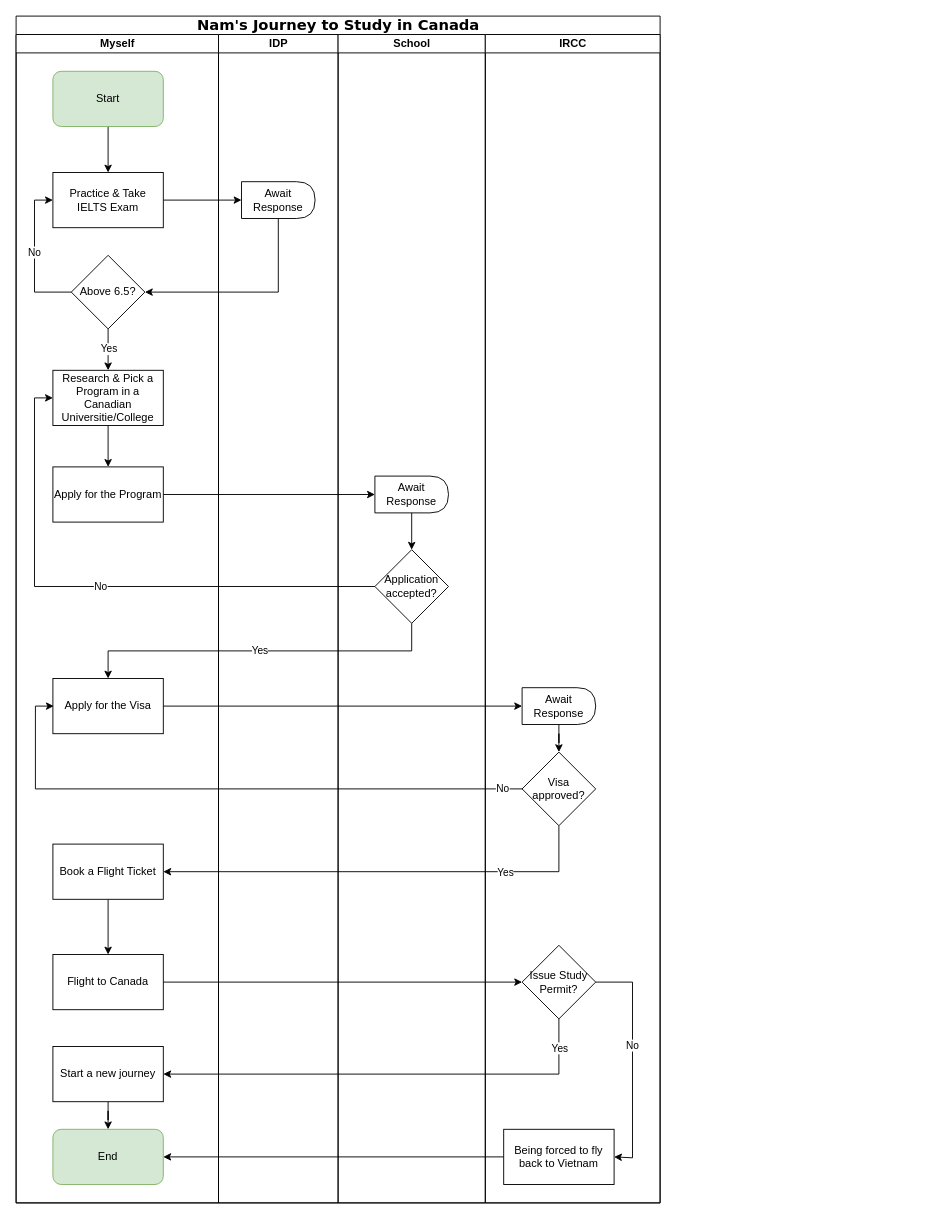
Earlier version of the draw.io diagram TCOM-600/Process Flowchart Assignment/Nam_Nguyen_Process Flowchart Assignment.drawio (namnh06/SaskPolytech-CCBC-Fall-2023). Source tidied: cells renumbered, new cells numbered last; positions are measured from the earlier drawing's top-left corner, leaving out a move shared by most shapes. Both pictures are drawn from the tidied source at 92%, with x=0, y=0 at pixel (16, 16).
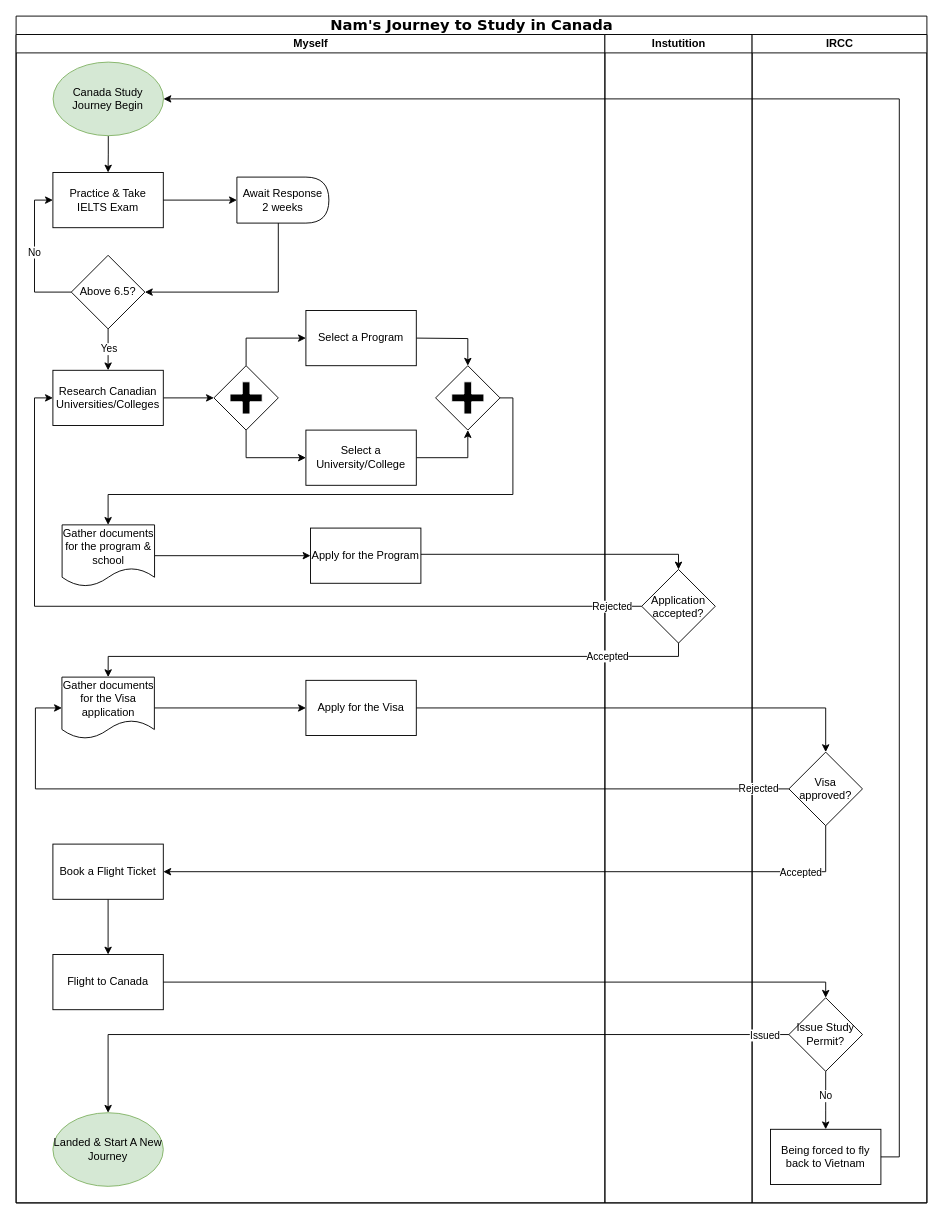
After the change.

Unchanged cells that the change refers to:
```xml
<mxCell id="6" value="Practice &amp;amp; Take IELTS Exam" style="rounded=0;whiteSpace=wrap;html=1;" parent="3" vertex="1">
  <mxGeometry x="40" y="150" width="120" height="60" as="geometry" />
</mxCell>
<mxCell id="10" value="Above 6.5?" style="rhombus;whiteSpace=wrap;html=1;" parent="3" vertex="1">
  <mxGeometry x="60" y="240" width="80" height="80" as="geometry" />
</mxCell>
<mxCell id="16" value="Book a Flight Ticket" style="whiteSpace=wrap;html=1;" parent="3" vertex="1">
  <mxGeometry x="40" y="880" width="120" height="60" as="geometry" />
</mxCell>
<mxCell id="17" value="Flight to Canada" style="whiteSpace=wrap;html=1;" parent="3" vertex="1">
  <mxGeometry x="40" y="1000" width="120" height="60" as="geometry" />
</mxCell>
<mxCell id="31" value="Visa approved?" style="rhombus;whiteSpace=wrap;html=1;" parent="27" vertex="1">
  <mxGeometry x="40" y="780" width="80" height="80" as="geometry" />
</mxCell>
<mxCell id="32" value="Being forced to fly back to Vietnam" style="whiteSpace=wrap;html=1;" parent="27" vertex="1">
  <mxGeometry x="20" y="1190" width="120" height="60" as="geometry" />
</mxCell>
```

What changed in the source:
```diff
@@
     <mxCell id="2" value="&lt;font style=&quot;font-size: 16px;&quot;&gt;Nam's Journey to Study in Canada&lt;/font&gt;" style="swimlane;html=1;startSize=20;rounded=0;shadow=0;labelBackgroundColor=none;strokeWidth=1;fontFamily=Verdana;fontSize=8;align=center;" parent="1" vertex="1">
-      <mxGeometry width="700" height="1290" as="geometry" />
+      <mxGeometry width="990" height="1290" as="geometry" />
     </mxCell>
     <mxCell id="3" value="Myself" style="swimlane;html=1;startSize=20;" parent="2" vertex="1">
-      <mxGeometry y="20" width="220" height="1270" as="geometry" />
+      <mxGeometry y="20" width="640" height="1270" as="geometry" />
     </mxCell>
-    <mxCell id="4" style="edgeStyle=orthogonalEdgeStyle;rounded=0;jettySize=auto;html=1;" parent="3" edge="1" source="5" target="6">
+    <mxCell id="4" style="edgeStyle=orthogonalEdgeStyle;rounded=0;jettySize=auto;html=1;exitX=0.5;exitY=1;exitDx=0;exitDy=0;" parent="3" edge="1" source="62" target="6">
       <mxGeometry relative="1" as="geometry" />
     </mxCell>
-    <mxCell id="5" value="Start" style="rounded=1;whiteSpace=wrap;html=1;fillColor=#d5e8d4;strokeColor=#82b366;" parent="3" vertex="1">
-      <mxGeometry x="40" y="40" width="120" height="60" as="geometry" />
-    </mxCell>
@@
-    <mxCell id="11" style="edgeStyle=orthogonalEdgeStyle;rounded=0;jettySize=auto;html=1;" parent="3" edge="1" source="12" target="13">
-      <mxGeometry relative="1" as="geometry" />
-    </mxCell>
+    <mxCell id="47" style="edgeStyle=orthogonalEdgeStyle;rounded=0;jettySize=auto;html=1;entryX=0;entryY=0.5;entryDx=0;entryDy=0;" parent="3" edge="1" source="12" target="50">
+      <mxGeometry relative="1" as="geometry" />
+    </mxCell>
-    <mxCell id="12" value="Research &amp;amp; Pick a Program in a Canadian Universitie/College" style="whiteSpace=wrap;html=1;" parent="3" vertex="1">
+    <mxCell id="12" value="Research Canadian Universities/Colleges" style="whiteSpace=wrap;html=1;" parent="3" vertex="1">
       <mxGeometry x="40" y="365" width="120" height="60" as="geometry" />
     </mxCell>
     <mxCell id="13" value="Apply for the Program" style="whiteSpace=wrap;html=1;" parent="3" vertex="1">
-      <mxGeometry x="40" y="470" width="120" height="60" as="geometry" />
+      <mxGeometry x="320" y="536.5" width="120" height="60" as="geometry" />
     </mxCell>
     <mxCell id="14" value="Apply for the Visa" style="whiteSpace=wrap;html=1;" parent="3" vertex="1">
-      <mxGeometry x="40" y="700" width="120" height="60" as="geometry" />
+      <mxGeometry x="315" y="702" width="120" height="60" as="geometry" />
     </mxCell>
@@
-    <mxCell id="18" value="End" style="rounded=1;whiteSpace=wrap;html=1;fillColor=#d5e8d4;strokeColor=#82b366;" parent="3" vertex="1">
-      <mxGeometry x="40" y="1190" width="120" height="60" as="geometry" />
-    </mxCell>
-    <mxCell id="19" style="edgeStyle=orthogonalEdgeStyle;rounded=0;jettySize=auto;html=1;entryX=0.5;entryY=0;entryDx=0;entryDy=0;" parent="3" edge="1" source="20" target="18">
-      <mxGeometry relative="1" as="geometry" />
-    </mxCell>
-    <mxCell id="20" value="Start a new journey" style="whiteSpace=wrap;html=1;" parent="3" vertex="1">
-      <mxGeometry x="40" y="1100" width="120" height="60" as="geometry" />
-    </mxCell>
-    <mxCell id="21" value="IDP" style="swimlane;html=1;startSize=20;" parent="2" vertex="1">
-      <mxGeometry x="220" y="20" width="130" height="1270" as="geometry" />
-    </mxCell>
-    <mxCell id="22" value="Await Response" style="shape=delay;whiteSpace=wrap;html=1;" parent="21" vertex="1">
-      <mxGeometry x="25" y="160" width="80" height="40" as="geometry" />
+    <mxCell id="22" value="Await Response&lt;br&gt;2 weeks" style="shape=delay;whiteSpace=wrap;html=1;" parent="3" vertex="1">
+      <mxGeometry x="240" y="155" width="100" height="50" as="geometry" />
     </mxCell>
+    <mxCell id="34" style="edgeStyle=orthogonalEdgeStyle;rounded=0;jettySize=auto;html=1;entryX=0;entryY=0.5;entryDx=0;entryDy=0;" parent="3" edge="1" source="6" target="22">
+      <mxGeometry relative="1" as="geometry" />
+    </mxCell>
+    <mxCell id="35" style="edgeStyle=orthogonalEdgeStyle;rounded=0;jettySize=auto;html=1;entryX=1;entryY=0.5;entryDx=0;entryDy=0;" parent="3" edge="1" source="22" target="10">
+      <mxGeometry relative="1" as="geometry">
+        <Array as="points">
+          <mxPoint x="285" y="280" />
+        </Array>
+      </mxGeometry>
+    </mxCell>
+    <mxCell id="48" style="edgeStyle=orthogonalEdgeStyle;rounded=0;jettySize=auto;html=1;entryX=0;entryY=0.5;entryDx=0;entryDy=0;" parent="3" edge="1" source="50">
+      <mxGeometry relative="1" as="geometry">
+        <mxPoint x="315" y="330" as="targetPoint" />
+        <Array as="points">
+          <mxPoint x="250" y="330" />
+        </Array>
+      </mxGeometry>
+    </mxCell>
+    <mxCell id="49" style="edgeStyle=orthogonalEdgeStyle;rounded=0;jettySize=auto;html=1;entryX=0;entryY=0.5;entryDx=0;entryDy=0;" parent="3" edge="1" source="50" target="54">
+      <mxGeometry relative="1" as="geometry">
+        <Array as="points">
+          <mxPoint x="250" y="460" />
+        </Array>
+      </mxGeometry>
+    </mxCell>
+    <mxCell id="50" style="shape=mxgraph.bpmn.shape;html=1;verticalLabelPosition=bottom;labelBackgroundColor=#ffffff;verticalAlign=top;perimeter=rhombusPerimeter;background=gateway;outline=none;symbol=parallelGw;rounded=1;shadow=0;strokeWidth=1;fontFamily=Verdana;fontSize=8;align=center;" parent="3" vertex="1">
+      <mxGeometry x="215" y="360" width="70" height="70" as="geometry" />
+    </mxCell>
+    <mxCell id="51" style="edgeStyle=orthogonalEdgeStyle;rounded=0;jettySize=auto;html=1;entryX=0.5;entryY=0;entryDx=0;entryDy=0;" parent="3" edge="1" target="56">
+      <mxGeometry relative="1" as="geometry">
+        <mxPoint x="435" y="330" as="sourcePoint" />
+      </mxGeometry>
+    </mxCell>
+    <mxCell id="52" value="Select a Program" style="rounded=0;whiteSpace=wrap;html=1;" parent="3" vertex="1">
+      <mxGeometry x="315" y="300" width="120" height="60" as="geometry" />
+    </mxCell>
+    <mxCell id="53" style="edgeStyle=orthogonalEdgeStyle;rounded=0;jettySize=auto;html=1;entryX=0.5;entryY=1;entryDx=0;entryDy=0;" parent="3" edge="1" source="54" target="56">
+      <mxGeometry relative="1" as="geometry" />
+    </mxCell>
+    <mxCell id="54" value="Select a University/College" style="rounded=0;whiteSpace=wrap;html=1;" parent="3" vertex="1">
+      <mxGeometry x="315" y="430" width="120" height="60" as="geometry" />
+    </mxCell>
+    <mxCell id="55" style="edgeStyle=orthogonalEdgeStyle;rounded=0;jettySize=auto;html=1;" parent="3" edge="1" source="56">
+      <mxGeometry relative="1" as="geometry">
+        <mxPoint x="100" y="533" as="targetPoint" />
+        <Array as="points">
+          <mxPoint x="540" y="395" />
+          <mxPoint x="540" y="500" />
+          <mxPoint x="100" y="500" />
+        </Array>
+      </mxGeometry>
+    </mxCell>
+    <mxCell id="56" style="shape=mxgraph.bpmn.shape;html=1;verticalLabelPosition=bottom;labelBackgroundColor=#ffffff;verticalAlign=top;perimeter=rhombusPerimeter;background=gateway;outline=none;symbol=parallelGw;rounded=1;shadow=0;strokeWidth=1;fontFamily=Verdana;fontSize=8;align=center;" parent="3" vertex="1">
+      <mxGeometry x="456" y="360" width="70" height="70" as="geometry" />
+    </mxCell>
+    <mxCell id="57" style="edgeStyle=orthogonalEdgeStyle;rounded=0;jettySize=auto;html=1;" parent="3" edge="1" source="58" target="13">
+      <mxGeometry relative="1" as="geometry" />
+    </mxCell>
+    <mxCell id="58" value="Gather documents for the program &amp;amp; school" style="shape=document;whiteSpace=wrap;html=1;boundedLbl=1;" parent="3" vertex="1">
+      <mxGeometry x="50" y="533" width="100.5" height="67" as="geometry" />
+    </mxCell>
+    <mxCell id="59" style="edgeStyle=orthogonalEdgeStyle;rounded=0;jettySize=auto;html=1;" parent="3" edge="1" source="60" target="14">
+      <mxGeometry relative="1" as="geometry" />
+    </mxCell>
+    <mxCell id="60" value="Gather documents for the Visa application" style="shape=document;whiteSpace=wrap;html=1;boundedLbl=1;" parent="3" vertex="1">
+      <mxGeometry x="49.8" y="698.5" width="100.5" height="67" as="geometry" />
+    </mxCell>
+    <mxCell id="61" value="Landed &amp;amp; Start A New Journey" style="ellipse;whiteSpace=wrap;html=1;fillColor=#d5e8d4;strokeColor=#82b366;" parent="3" vertex="1">
+      <mxGeometry x="40" y="1172" width="120" height="80" as="geometry" />
+    </mxCell>
+    <mxCell id="62" value="Canada Study Journey Begin" style="ellipse;whiteSpace=wrap;html=1;fillColor=#d5e8d4;strokeColor=#82b366;" parent="3" vertex="1">
+      <mxGeometry x="40.2" y="30" width="120" height="80" as="geometry" />
+    </mxCell>
-    <mxCell id="23" value="School" style="swimlane;html=1;startSize=20;" parent="2" vertex="1">
-      <mxGeometry x="350" y="20" width="160" height="1270" as="geometry" />
+    <mxCell id="23" value="Instutition" style="swimlane;html=1;startSize=20;" parent="2" vertex="1">
+      <mxGeometry x="640" y="20" width="160" height="1270" as="geometry" />
     </mxCell>
-    <mxCell id="24" value="Await Response" style="shape=delay;whiteSpace=wrap;html=1;" parent="23" vertex="1">
-      <mxGeometry x="40" y="480" width="80" height="40" as="geometry" />
-    </mxCell>
     <mxCell id="25" value="Application accepted?" style="rhombus;whiteSpace=wrap;html=1;" parent="23" vertex="1">
-      <mxGeometry x="40" y="560" width="80" height="80" as="geometry" />
+      <mxGeometry x="40" y="581.5" width="80" height="80" as="geometry" />
     </mxCell>
-    <mxCell id="26" style="edgeStyle=orthogonalEdgeStyle;rounded=0;jettySize=auto;html=1;entryX=0.5;entryY=0;entryDx=0;entryDy=0;" parent="23" edge="1" source="24" target="25">
-      <mxGeometry relative="1" as="geometry" />
-    </mxCell>
     <mxCell id="27" value="IRCC" style="swimlane;html=1;startSize=20;" parent="2" vertex="1">
-      <mxGeometry x="510" y="20" width="190" height="1270" as="geometry" />
+      <mxGeometry x="800" y="20" width="190" height="1270" as="geometry" />
     </mxCell>
-    <mxCell id="28" style="edgeStyle=orthogonalEdgeStyle;rounded=0;jettySize=auto;html=1;entryX=0.5;entryY=0;entryDx=0;entryDy=0;" parent="27" edge="1" source="29" target="31">
-      <mxGeometry relative="1" as="geometry" />
-    </mxCell>
-    <mxCell id="29" value="Await Response" style="shape=delay;whiteSpace=wrap;html=1;" parent="27" vertex="1">
-      <mxGeometry x="40" y="710" width="80" height="40" as="geometry" />
-    </mxCell>
     <mxCell id="30" value="Issue Study Permit?" style="rhombus;whiteSpace=wrap;html=1;" parent="27" vertex="1">
-      <mxGeometry x="40" y="990" width="80" height="80" as="geometry" />
+      <mxGeometry x="40" y="1047" width="80" height="80" as="geometry" />
     </mxCell>
@@
-    <mxCell id="33" value="No" style="edgeStyle=orthogonalEdgeStyle;rounded=0;jettySize=auto;html=1;exitX=1;exitY=0.5;exitDx=0;exitDy=0;entryX=1;entryY=0.5;entryDx=0;entryDy=0;" parent="27" edge="1" source="30" target="32">
+    <mxCell id="33" value="No" style="edgeStyle=orthogonalEdgeStyle;rounded=0;jettySize=auto;html=1;exitX=0.5;exitY=1;exitDx=0;exitDy=0;entryX=0.5;entryY=0;entryDx=0;entryDy=0;" parent="27" edge="1" source="30" target="32">
       <mxGeometry x="-0.13" relative="1" as="geometry">
         <Array as="points">
-          <mxPoint x="160" y="1030" />
-          <mxPoint x="160" y="1221" />
+          <mxPoint x="80" y="1170" />
+          <mxPoint x="80" y="1170" />
         </Array>
       </mxGeometry>
     </mxCell>
-    <mxCell id="34" style="edgeStyle=orthogonalEdgeStyle;rounded=0;jettySize=auto;html=1;entryX=0;entryY=0.5;entryDx=0;entryDy=0;" parent="2" edge="1" source="6" target="22">
-      <mxGeometry relative="1" as="geometry" />
-    </mxCell>
-    <mxCell id="35" style="edgeStyle=orthogonalEdgeStyle;rounded=0;jettySize=auto;html=1;entryX=1;entryY=0.5;entryDx=0;entryDy=0;" parent="2" edge="1" source="22" target="10">
-      <mxGeometry relative="1" as="geometry">
-        <Array as="points">
-          <mxPoint x="285" y="300" />
-        </Array>
-      </mxGeometry>
-    </mxCell>
-    <mxCell id="36" style="edgeStyle=orthogonalEdgeStyle;rounded=0;jettySize=auto;html=1;entryX=0;entryY=0.5;entryDx=0;entryDy=0;" parent="2" edge="1" source="13" target="24">
-      <mxGeometry relative="1" as="geometry" />
-    </mxCell>
-    <mxCell id="37" style="edgeStyle=orthogonalEdgeStyle;rounded=0;jettySize=auto;html=1;entryX=0;entryY=0.5;entryDx=0;entryDy=0;" parent="2" edge="1" source="14" target="29">
+    <mxCell id="37" style="edgeStyle=orthogonalEdgeStyle;rounded=0;jettySize=auto;html=1;entryX=0.5;entryY=0;entryDx=0;entryDy=0;" parent="2" edge="1" source="14" target="31">
       <mxGeometry relative="1" as="geometry" />
     </mxCell>
-    <mxCell id="38" style="edgeStyle=orthogonalEdgeStyle;rounded=0;jettySize=auto;html=1;entryX=0;entryY=0.5;entryDx=0;entryDy=0;" parent="2" edge="1" source="17" target="30">
-      <mxGeometry relative="1" as="geometry" />
+    <mxCell id="38" style="edgeStyle=orthogonalEdgeStyle;rounded=0;jettySize=auto;html=1;entryX=0.5;entryY=0;entryDx=0;entryDy=0;" parent="2" edge="1" source="17" target="30">
+      <mxGeometry relative="1" as="geometry">
+        <Array as="points">
+          <mxPoint x="880" y="1050" />
+        </Array>
+      </mxGeometry>
     </mxCell>
-    <mxCell id="39" style="edgeStyle=orthogonalEdgeStyle;rounded=0;jettySize=auto;html=1;entryX=1;entryY=0.5;entryDx=0;entryDy=0;" parent="2" edge="1" source="30" target="20">
+    <mxCell id="39" style="edgeStyle=orthogonalEdgeStyle;rounded=0;jettySize=auto;html=1;exitX=0;exitY=0.5;exitDx=0;exitDy=0;" parent="2" edge="1" source="30" target="61">
       <mxGeometry relative="1" as="geometry">
         <Array as="points">
-          <mxPoint x="590" y="1150" />
+          <mxPoint x="100" y="1107" />
         </Array>
       </mxGeometry>
     </mxCell>
-    <mxCell id="40" value="Yes" style="edgeLabel;html=1;align=center;verticalAlign=middle;" parent="39" vertex="1">
+    <mxCell id="40" value="Issued" style="edgeLabel;html=1;align=center;verticalAlign=middle;" parent="39" vertex="1">
       <mxGeometry x="-0.91" y="-2" relative="1" as="geometry">
-        <mxPoint x="2" y="9" as="offset" />
+        <mxPoint x="10" y="2" as="offset" />
       </mxGeometry>
     </mxCell>
-    <mxCell id="41" value="No" style="edgeStyle=orthogonalEdgeStyle;rounded=0;orthogonalLoop=1;jettySize=auto;html=1;entryX=0;entryY=0.5;entryDx=0;entryDy=0;exitX=0;exitY=0.5;exitDx=0;exitDy=0;" parent="2" edge="1">
+    <mxCell id="41" value="Rejected" style="edgeStyle=orthogonalEdgeStyle;rounded=0;jettySize=auto;html=1;exitX=0;exitY=0.5;exitDx=0;exitDy=0;entryX=0;entryY=0.5;entryDx=0;entryDy=0;" parent="2" edge="1" source="31" target="60">
       <mxGeometry x="-0.93" relative="1" as="geometry">
-        <mxPoint x="551" y="840" as="sourcePoint" />
-        <mxPoint x="41" y="750" as="targetPoint" />
         <Array as="points">
           <mxPoint x="21" y="840" />
-          <mxPoint x="21" y="750" />
+          <mxPoint x="21" y="752" />
         </Array>
       </mxGeometry>
     </mxCell>
     <mxCell id="42" style="edgeStyle=orthogonalEdgeStyle;rounded=0;jettySize=auto;html=1;entryX=1;entryY=0.5;entryDx=0;entryDy=0;" parent="2" edge="1" source="31" target="16">
       <mxGeometry relative="1" as="geometry">
         <Array as="points">
-          <mxPoint x="590" y="930" />
+          <mxPoint x="880" y="930" />
         </Array>
       </mxGeometry>
     </mxCell>
-    <mxCell id="43" value="Yes" style="edgeLabel;html=1;align=center;verticalAlign=middle;" parent="42" vertex="1">
+    <mxCell id="43" value="Accepted" style="edgeLabel;html=1;align=center;verticalAlign=middle;" parent="42" vertex="1">
       <mxGeometry x="-0.42" y="-1" relative="1" as="geometry">
-        <mxPoint x="30" y="1" as="offset" />
+        <mxPoint x="145" y="1" as="offset" />
       </mxGeometry>
     </mxCell>
-    <mxCell id="44" value="Yes" style="edgeStyle=orthogonalEdgeStyle;rounded=0;jettySize=auto;html=1;exitX=0.5;exitY=1;exitDx=0;exitDy=0;" parent="2" edge="1" source="25" target="14">
-      <mxGeometry relative="1" as="geometry" />
+    <mxCell id="44" value="Accepted" style="edgeStyle=orthogonalEdgeStyle;rounded=0;jettySize=auto;html=1;exitX=0.5;exitY=1;exitDx=0;exitDy=0;entryX=0.5;entryY=0;entryDx=0;entryDy=0;" parent="2" edge="1" source="25" target="60">
+      <mxGeometry x="-0.72" relative="1" as="geometry">
+        <Array as="points">
+          <mxPoint x="720" y="696" />
+          <mxPoint x="100" y="696" />
+        </Array>
+      </mxGeometry>
     </mxCell>
-    <mxCell id="45" value="No" style="edgeStyle=orthogonalEdgeStyle;rounded=0;jettySize=auto;html=1;entryX=0;entryY=0.5;entryDx=0;entryDy=0;exitX=0;exitY=0.5;exitDx=0;exitDy=0;" parent="2" edge="1" source="25" target="12">
-      <mxGeometry relative="1" as="geometry">
+    <mxCell id="45" value="Rejected" style="edgeStyle=orthogonalEdgeStyle;rounded=0;jettySize=auto;html=1;entryX=0;entryY=0.5;entryDx=0;entryDy=0;exitX=0;exitY=0.5;exitDx=0;exitDy=0;" parent="2" edge="1" source="25" target="12">
+      <mxGeometry x="-0.93" relative="1" as="geometry">
         <Array as="points">
-          <mxPoint x="20" y="620" />
+          <mxPoint x="20" y="642" />
           <mxPoint x="20" y="415" />
         </Array>
       </mxGeometry>
     </mxCell>
-    <mxCell id="46" style="edgeStyle=orthogonalEdgeStyle;rounded=0;jettySize=auto;html=1;entryX=1;entryY=0.5;entryDx=0;entryDy=0;" parent="2" edge="1" source="32" target="18">
-      <mxGeometry relative="1" as="geometry" />
+    <mxCell id="46" style="edgeStyle=orthogonalEdgeStyle;rounded=0;jettySize=auto;html=1;" parent="2" edge="1" source="32" target="62">
+      <mxGeometry relative="1" as="geometry">
+        <Array as="points">
+          <mxPoint x="960" y="1240" />
+          <mxPoint x="960" y="90" />
+        </Array>
+      </mxGeometry>
     </mxCell>
+    <mxCell id="63" style="edgeStyle=orthogonalEdgeStyle;rounded=0;jettySize=auto;html=1;entryX=0.5;entryY=0;entryDx=0;entryDy=0;" parent="2" edge="1" source="13" target="25">
+      <mxGeometry relative="1" as="geometry">
+        <Array as="points">
+          <mxPoint x="720" y="585" />
+        </Array>
+      </mxGeometry>
+    </mxCell>
```
